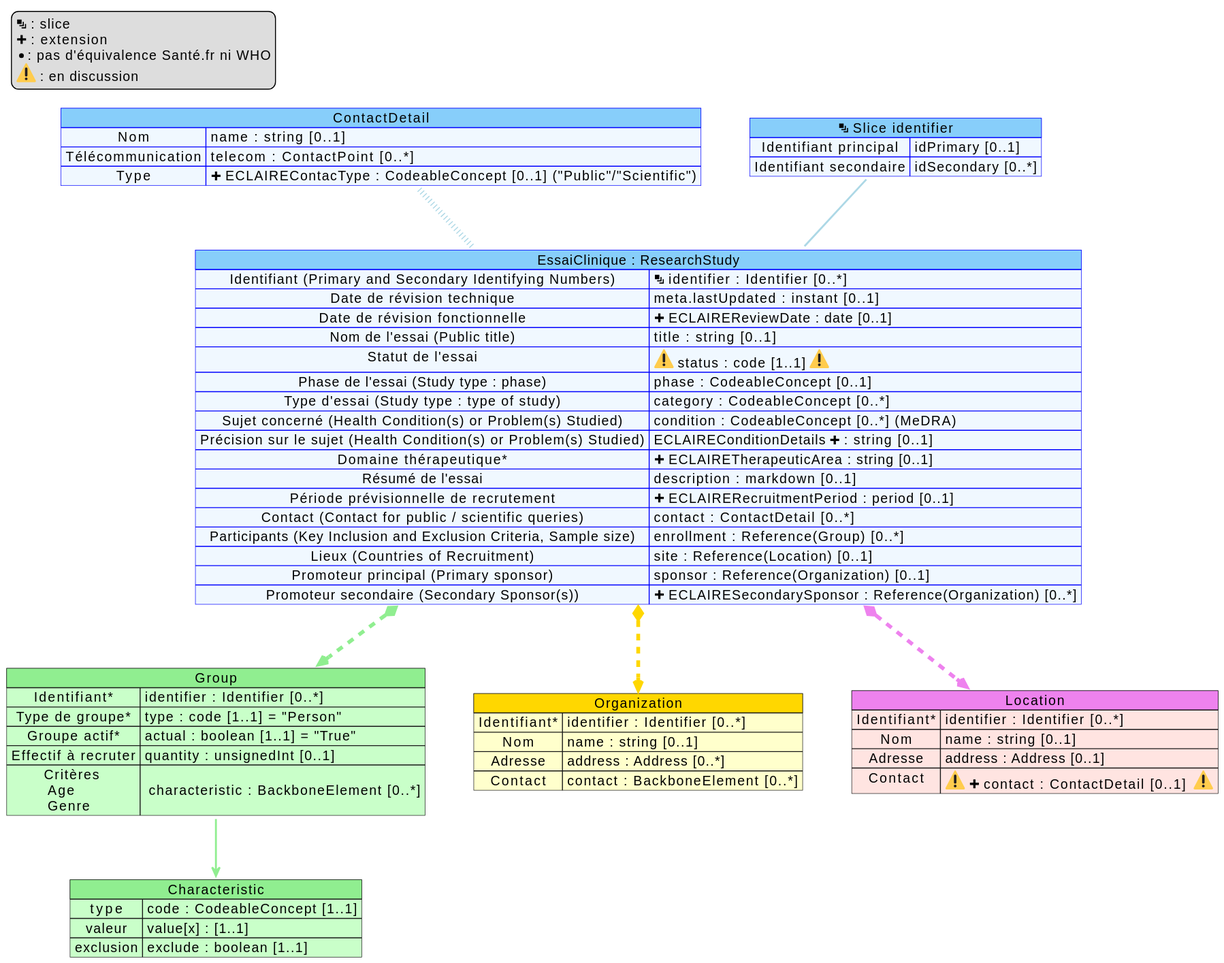
Above: input/images/mappingResearchStudy.svg in ansforge/essais-cliniques (PlantUML), before the change.
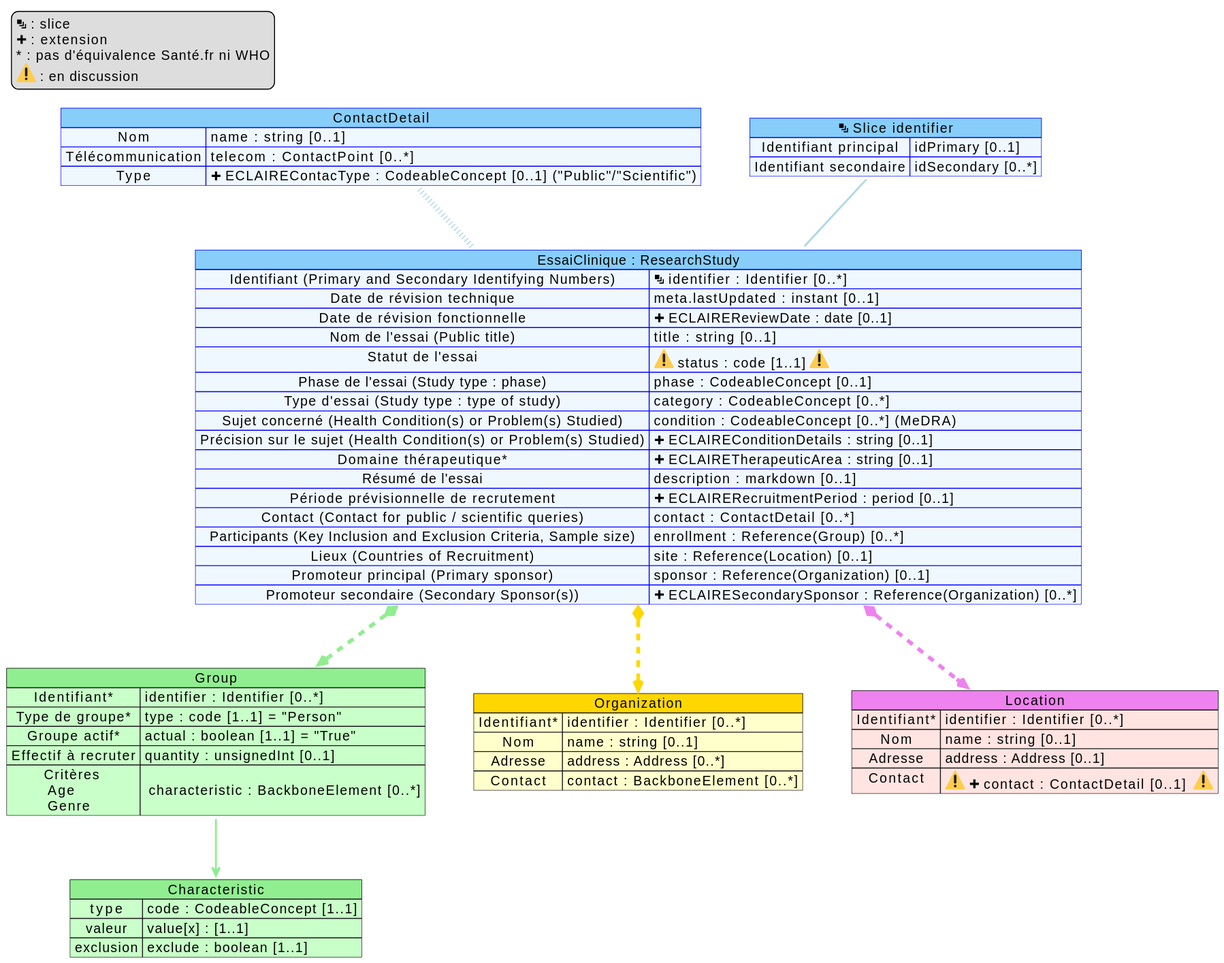
The same diagram one commit later.

Change to the diagram source:
```diff
@@ -47,7 +47,7 @@
     Phase de l'essai (Study type : phase) => phase : CodeableConcept [0..1]
     Type d'essai (Study type : type of study) => category : CodeableConcept [0..*]
     Sujet concerné (Health Condition(s) or Problem(s) Studied) => condition : CodeableConcept [0..*] (MeDRA)
-    Précision sur le sujet (Health Condition(s)  or  Problem(s) Studied) => ECLAIREConditionDetails <&plus> : string [0..1]
+    Précision sur le sujet (Health Condition(s)  or  Problem(s) Studied) => <&plus> ECLAIREConditionDetails : string [0..1]
     Domaine thérapeutique* => <&plus> ECLAIRETherapeuticArea : string [0..1]
     Résumé de l'essai => description : markdown [0..1]
     Période prévisionnelle de recrutement => <&plus> ECLAIRERecruitmentPeriod : period [0..1]
@@ -74,7 +74,7 @@
 legend top left
   <&layers> : slice
   <&plus> : extension
-  * : pas d'équivalence Santé.fr ni WHO
+  ~* : pas d'équivalence Santé.fr ni WHO
   <:warning:> : en discussion
 endlegend
 @enduml
```
